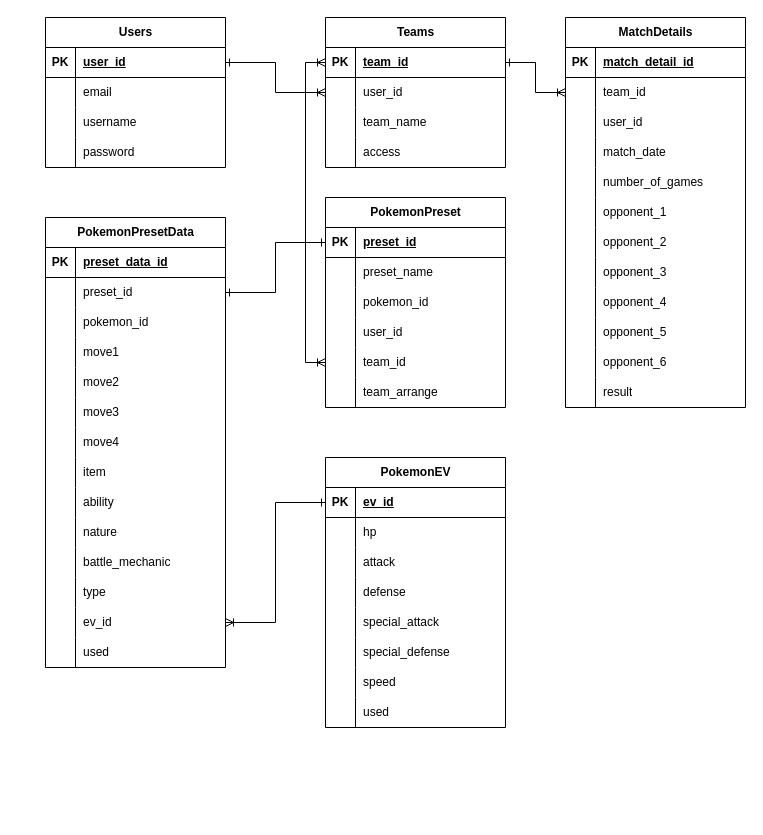
This is Database/PokeSet_v1.drawio from mawi-delosreyes/PokeSet, a draw.io file, before an edit. Source tidied: cells renumbered, new cells numbered last; positions are measured from the earlier drawing's top-left corner, leaving out a move shared by most shapes. Both pictures are drawn from the tidied source at 100%, with x=0, y=0 at pixel (45, 17).
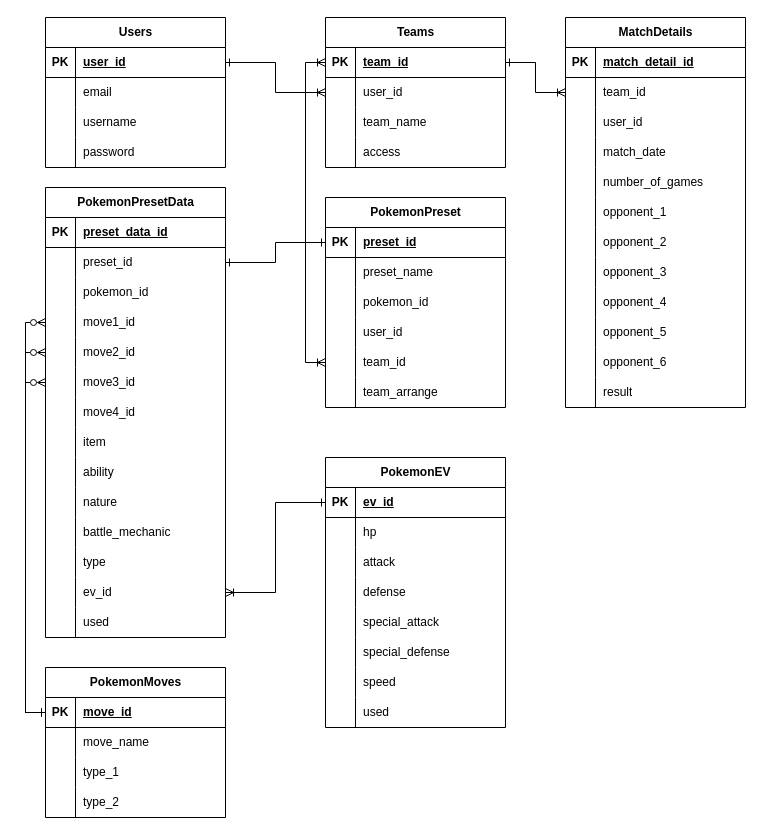
After the change.

Unchanged cells that the change refers to:
```xml
<mxCell id="57" style="shape=tableRow;horizontal=0;startSize=0;swimlaneHead=0;swimlaneBody=0;fillColor=none;points=[[0,0.5],[1,0.5]];portConstraint=eastwest;top=0;left=0;right=0;bottom=0;" parent="47" vertex="1">
  <mxGeometry y="120" width="180" height="30" as="geometry" />
</mxCell>
<mxCell id="60" style="shape=tableRow;horizontal=0;startSize=0;swimlaneHead=0;swimlaneBody=0;fillColor=none;points=[[0,0.5],[1,0.5]];portConstraint=eastwest;top=0;left=0;right=0;bottom=0;" parent="47" vertex="1">
  <mxGeometry y="150" width="180" height="30" as="geometry" />
</mxCell>
<mxCell id="63" style="shape=tableRow;horizontal=0;startSize=0;swimlaneHead=0;swimlaneBody=0;fillColor=none;points=[[0,0.5],[1,0.5]];portConstraint=eastwest;top=0;left=0;right=0;bottom=0;" parent="47" vertex="1">
  <mxGeometry y="180" width="180" height="30" as="geometry" />
</mxCell>
<mxCell id="66" style="shape=tableRow;horizontal=0;startSize=0;swimlaneHead=0;swimlaneBody=0;fillColor=none;top=0;left=0;right=0;bottom=0;" parent="47" vertex="1">
  <mxGeometry y="210" width="180" height="30" as="geometry" />
</mxCell>
```

Change to the diagram source:
```diff
@@
     <mxCell id="47" value="PokemonPresetData" style="shape=table;startSize=30;childLayout=tableLayout;rowLines=0;fontStyle=1;align=center;html=1;" parent="1" vertex="1">
-      <mxGeometry y="200" width="180" height="450" as="geometry" />
+      <mxGeometry y="170" width="180" height="450" as="geometry" />
     </mxCell>
@@
-    <mxCell id="59" value="move1" style="shape=partialRectangle;fillColor=none;top=0;left=0;bottom=0;right=0;align=left;spacingLeft=6;overflow=hidden;whiteSpace=wrap;html=1;" parent="57" vertex="1">
+    <mxCell id="59" value="move1_id" style="shape=partialRectangle;fillColor=none;top=0;left=0;bottom=0;right=0;align=left;spacingLeft=6;overflow=hidden;whiteSpace=wrap;html=1;" parent="57" vertex="1">
       <mxGeometry x="30" width="150" height="30" as="geometry" />
     </mxCell>
@@
-    <mxCell id="62" value="move2" style="shape=partialRectangle;fillColor=none;top=0;left=0;bottom=0;right=0;align=left;spacingLeft=6;overflow=hidden;whiteSpace=wrap;html=1;" parent="60" vertex="1">
+    <mxCell id="62" value="move2_id" style="shape=partialRectangle;fillColor=none;top=0;left=0;bottom=0;right=0;align=left;spacingLeft=6;overflow=hidden;whiteSpace=wrap;html=1;" parent="60" vertex="1">
       <mxGeometry x="30" width="150" height="30" as="geometry" />
     </mxCell>
@@
-    <mxCell id="65" value="move3" style="shape=partialRectangle;fillColor=none;top=0;left=0;bottom=0;right=0;align=left;spacingLeft=6;overflow=hidden;whiteSpace=wrap;html=1;" parent="63" vertex="1">
+    <mxCell id="65" value="move3_id" style="shape=partialRectangle;fillColor=none;top=0;left=0;bottom=0;right=0;align=left;spacingLeft=6;overflow=hidden;whiteSpace=wrap;html=1;" parent="63" vertex="1">
       <mxGeometry x="30" width="150" height="30" as="geometry" />
     </mxCell>
@@
-    <mxCell id="68" value="move4" style="shape=partialRectangle;fillColor=none;top=0;left=0;bottom=0;right=0;align=left;spacingLeft=6;overflow=hidden;whiteSpace=wrap;html=1;" parent="66" vertex="1">
+    <mxCell id="68" value="move4_id" style="shape=partialRectangle;fillColor=none;top=0;left=0;bottom=0;right=0;align=left;spacingLeft=6;overflow=hidden;whiteSpace=wrap;html=1;" parent="66" vertex="1">
       <mxGeometry x="30" width="150" height="30" as="geometry" />
     </mxCell>
@@
+    <mxCell id="157" value="PokemonMoves" style="shape=table;startSize=30;childLayout=tableLayout;rowLines=0;fontStyle=1;align=center;html=1;" parent="1" vertex="1">
+      <mxGeometry y="650" width="180" height="150" as="geometry" />
+    </mxCell>
+    <mxCell id="158" style="shape=tableRow;horizontal=0;startSize=0;swimlaneHead=0;swimlaneBody=0;fillColor=none;points=[[0,0.5],[1,0.5]];portConstraint=eastwest;top=0;left=0;right=0;bottom=1;" parent="157" vertex="1">
+      <mxGeometry y="30" width="180" height="30" as="geometry" />
+    </mxCell>
+    <mxCell id="159" value="PK" style="shape=partialRectangle;fillColor=none;top=0;left=0;bottom=0;right=0;fontStyle=1;overflow=hidden;whiteSpace=wrap;html=1;" parent="158" vertex="1">
+      <mxGeometry width="30" height="30" as="geometry" />
+    </mxCell>
+    <mxCell id="160" value="move_id" style="shape=partialRectangle;fillColor=none;top=0;left=0;bottom=0;right=0;align=left;spacingLeft=6;fontStyle=5;overflow=hidden;whiteSpace=wrap;html=1;" parent="158" vertex="1">
+      <mxGeometry x="30" width="150" height="30" as="geometry" />
+    </mxCell>
+    <mxCell id="161" style="shape=tableRow;horizontal=0;startSize=0;swimlaneHead=0;swimlaneBody=0;fillColor=none;top=0;left=0;right=0;bottom=0;" parent="157" vertex="1">
+      <mxGeometry y="60" width="180" height="30" as="geometry" />
+    </mxCell>
+    <mxCell id="162" style="shape=partialRectangle;fillColor=none;top=0;left=0;bottom=0;right=0;overflow=hidden;whiteSpace=wrap;html=1;" parent="161" vertex="1">
+      <mxGeometry width="30" height="30" as="geometry" />
+    </mxCell>
+    <mxCell id="163" value="move_name" style="shape=partialRectangle;fillColor=none;top=0;left=0;bottom=0;right=0;align=left;spacingLeft=6;overflow=hidden;whiteSpace=wrap;html=1;" parent="161" vertex="1">
+      <mxGeometry x="30" width="150" height="30" as="geometry" />
+    </mxCell>
+    <mxCell id="164" style="shape=tableRow;horizontal=0;startSize=0;swimlaneHead=0;swimlaneBody=0;fillColor=none;top=0;left=0;right=0;bottom=0;" parent="157" vertex="1">
+      <mxGeometry y="90" width="180" height="30" as="geometry" />
+    </mxCell>
+    <mxCell id="165" style="shape=partialRectangle;fillColor=none;top=0;left=0;bottom=0;right=0;overflow=hidden;whiteSpace=wrap;html=1;" parent="164" vertex="1">
+      <mxGeometry width="30" height="30" as="geometry" />
+    </mxCell>
+    <mxCell id="166" value="type_1" style="shape=partialRectangle;fillColor=none;top=0;left=0;bottom=0;right=0;align=left;spacingLeft=6;overflow=hidden;whiteSpace=wrap;html=1;" parent="164" vertex="1">
+      <mxGeometry x="30" width="150" height="30" as="geometry" />
+    </mxCell>
+    <mxCell id="167" style="shape=tableRow;horizontal=0;startSize=0;swimlaneHead=0;swimlaneBody=0;fillColor=none;top=0;left=0;right=0;bottom=0;" parent="157" vertex="1">
+      <mxGeometry y="120" width="180" height="30" as="geometry" />
+    </mxCell>
+    <mxCell id="168" style="shape=partialRectangle;fillColor=none;top=0;left=0;bottom=0;right=0;overflow=hidden;whiteSpace=wrap;html=1;" parent="167" vertex="1">
+      <mxGeometry width="30" height="30" as="geometry" />
+    </mxCell>
+    <mxCell id="169" value="type_2" style="shape=partialRectangle;fillColor=none;top=0;left=0;bottom=0;right=0;align=left;spacingLeft=6;overflow=hidden;whiteSpace=wrap;html=1;" parent="167" vertex="1">
+      <mxGeometry x="30" width="150" height="30" as="geometry" />
+    </mxCell>
+    <mxCell id="170" style="edgeStyle=orthogonalEdgeStyle;rounded=0;jettySize=auto;html=1;entryX=0;entryY=0.5;entryDx=0;entryDy=0;startArrow=ERzeroToMany;startFill=0;endArrow=ERone;endFill=0;" parent="1" edge="1" source="57" target="158">
+      <mxGeometry relative="1" as="geometry" />
+    </mxCell>
+    <mxCell id="171" style="edgeStyle=orthogonalEdgeStyle;rounded=0;jettySize=auto;html=1;entryX=0;entryY=0.5;entryDx=0;entryDy=0;startArrow=ERzeroToMany;startFill=0;endArrow=ERone;endFill=0;exitX=0;exitY=0.5;exitDx=0;exitDy=0;" parent="1" edge="1" source="60" target="158">
+      <mxGeometry relative="1" as="geometry">
+        <Array as="points">
+          <mxPoint x="-20" y="335" />
+          <mxPoint x="-20" y="695" />
+        </Array>
+      </mxGeometry>
+    </mxCell>
+    <mxCell id="172" style="edgeStyle=orthogonalEdgeStyle;rounded=0;jettySize=auto;html=1;entryX=0;entryY=0.5;entryDx=0;entryDy=0;startArrow=ERzeroToMany;startFill=0;endArrow=ERone;endFill=0;" parent="1" edge="1" source="63" target="158">
+      <mxGeometry relative="1" as="geometry">
+        <Array as="points">
+          <mxPoint x="-20" y="365" />
+          <mxPoint x="-20" y="695" />
+        </Array>
+      </mxGeometry>
+    </mxCell>
```
